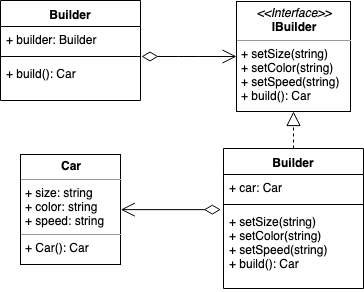
zhulinwei/design-pattern keeps this draw.io diagram as builder/builder.png. Above is the earlier version. Source tidied: cells renumbered, new cells last; positions are measured from the earlier drawing's top-left corner, leaving out a move shared by most shapes. Source of this version:
```xml
<mxGraphModel>
  <root>
    <mxCell id="0" />
    <mxCell id="1" parent="0" />
    <mxCell id="2" value="&lt;p style=&quot;margin: 0px ; margin-top: 4px ; text-align: center&quot;&gt;&lt;i&gt;&amp;lt;&amp;lt;Interface&amp;gt;&amp;gt;&lt;/i&gt;&lt;br&gt;&lt;b&gt;IBuilder&lt;/b&gt;&lt;/p&gt;&lt;hr size=&quot;1&quot;&gt;&lt;p style=&quot;margin: 0px ; margin-left: 4px&quot;&gt;+ setSize(string)&lt;br style=&quot;padding: 0px ; margin: 0px&quot;&gt;+ setColor(string)&lt;br style=&quot;padding: 0px ; margin: 0px&quot;&gt;+ setSpeed(string)&lt;br style=&quot;padding: 0px ; margin: 0px&quot;&gt;+ build(): Car&lt;br&gt;&lt;/p&gt;" style="verticalAlign=top;align=left;overflow=fill;fontSize=12;fontFamily=Helvetica;html=1;" parent="1" vertex="1">
      <mxGeometry x="236" y="1" width="114" height="110" as="geometry" />
    </mxCell>
    <mxCell id="3" value="&lt;p style=&quot;margin: 0px ; margin-top: 4px ; text-align: center&quot;&gt;&lt;b&gt;Car&lt;/b&gt;&lt;/p&gt;&lt;hr size=&quot;1&quot;&gt;&lt;p style=&quot;margin: 0px ; margin-left: 4px&quot;&gt;+ size: string&lt;/p&gt;&lt;p style=&quot;margin: 0px ; margin-left: 4px&quot;&gt;+ color: string&lt;/p&gt;&lt;p style=&quot;margin: 0px ; margin-left: 4px&quot;&gt;+ speed: string&lt;/p&gt;&lt;hr size=&quot;1&quot;&gt;&lt;p style=&quot;margin: 0px ; margin-left: 4px&quot;&gt;+ Car(): Car&lt;/p&gt;" style="verticalAlign=top;align=left;overflow=fill;fontSize=12;fontFamily=Helvetica;html=1;" parent="1" vertex="1">
      <mxGeometry x="20" y="154" width="100" height="110" as="geometry" />
    </mxCell>
    <mxCell id="4" value="Builder" style="swimlane;fontStyle=1;align=center;verticalAlign=top;horizontal=1;startSize=26;" parent="1" vertex="1">
      <mxGeometry x="223" y="148" width="140" height="140" as="geometry" />
    </mxCell>
    <mxCell id="5" value="+ car: Car" style="text;strokeColor=none;fillColor=none;align=left;verticalAlign=top;spacingLeft=4;spacingRight=4;overflow=hidden;" parent="4" vertex="1">
      <mxGeometry y="26" width="140" height="26" as="geometry" />
    </mxCell>
    <mxCell id="6" style="line;strokeWidth=1;fillColor=none;align=left;verticalAlign=middle;spacingTop=-1;spacingLeft=3;spacingRight=3;labelPosition=right;" parent="4" vertex="1">
      <mxGeometry y="52" width="140" height="8" as="geometry" />
    </mxCell>
    <mxCell id="7" value="+ setSize(string)&#10;+ setColor(string)&#10;+ setSpeed(string)&#10;+ build(): Car" style="text;strokeColor=none;fillColor=none;align=left;verticalAlign=top;spacingLeft=4;spacingRight=4;overflow=hidden;points=[[0,0.5],[1,0.5]];portConstraint=eastwest;" parent="4" vertex="1">
      <mxGeometry y="60" width="140" height="80" as="geometry" />
    </mxCell>
    <mxCell id="8" value="Builder" style="swimlane;fontStyle=1;align=center;verticalAlign=top;horizontal=1;startSize=26;" parent="1" vertex="1">
      <mxGeometry width="140" height="100" as="geometry" />
    </mxCell>
    <mxCell id="9" value="+ builder: Builder" style="text;strokeColor=none;fillColor=none;align=left;verticalAlign=top;spacingLeft=4;spacingRight=4;overflow=hidden;" parent="8" vertex="1">
      <mxGeometry y="26" width="140" height="26" as="geometry" />
    </mxCell>
    <mxCell id="10" style="line;strokeWidth=1;fillColor=none;align=left;verticalAlign=middle;spacingTop=-1;spacingLeft=3;spacingRight=3;labelPosition=right;" parent="8" vertex="1">
      <mxGeometry y="52" width="140" height="8" as="geometry" />
    </mxCell>
    <mxCell id="11" value="+ build(): Car" style="text;strokeColor=none;fillColor=none;align=left;verticalAlign=top;spacingLeft=4;spacingRight=4;overflow=hidden;" parent="8" vertex="1">
      <mxGeometry y="60" width="140" height="40" as="geometry" />
    </mxCell>
    <mxCell id="12" style="endArrow=open;html=1;endSize=12;startArrow=diamondThin;startSize=14;startFill=0;edgeStyle=orthogonalEdgeStyle;align=left;verticalAlign=bottom;entryX=1;entryY=0.5;entryDx=0;entryDy=0;exitX=-0.019;exitY=0.014;exitDx=0;exitDy=0;exitPerimeter=0;" parent="1" edge="1" source="7" target="3">
      <mxGeometry x="-1" y="3" relative="1" as="geometry" />
    </mxCell>
    <mxCell id="13" style="endArrow=open;html=1;endSize=12;startArrow=diamondThin;startSize=14;startFill=0;edgeStyle=orthogonalEdgeStyle;align=left;verticalAlign=bottom;" parent="1" edge="1" target="2">
      <mxGeometry x="-1" y="3" relative="1" as="geometry">
        <mxPoint x="141" y="56" as="sourcePoint" />
      </mxGeometry>
    </mxCell>
    <mxCell id="14" style="endArrow=block;dashed=1;endFill=0;endSize=12;html=1;exitX=0.5;exitY=0;exitDx=0;exitDy=0;entryX=0.5;entryY=1;entryDx=0;entryDy=0;" parent="1" edge="1" source="4" target="2">
      <mxGeometry relative="1" as="geometry" />
    </mxCell>
  </root>
</mxGraphModel>
```
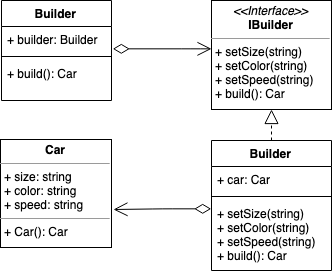
After the commit.

The edit, as a diff of the source:
```diff
@@ -3,45 +3,51 @@
     <mxCell id="0" />
     <mxCell id="1" parent="0" />
     <mxCell id="2" value="&lt;p style=&quot;margin: 0px ; margin-top: 4px ; text-align: center&quot;&gt;&lt;i&gt;&amp;lt;&amp;lt;Interface&amp;gt;&amp;gt;&lt;/i&gt;&lt;br&gt;&lt;b&gt;IBuilder&lt;/b&gt;&lt;/p&gt;&lt;hr size=&quot;1&quot;&gt;&lt;p style=&quot;margin: 0px ; margin-left: 4px&quot;&gt;+ setSize(string)&lt;br style=&quot;padding: 0px ; margin: 0px&quot;&gt;+ setColor(string)&lt;br style=&quot;padding: 0px ; margin: 0px&quot;&gt;+ setSpeed(string)&lt;br style=&quot;padding: 0px ; margin: 0px&quot;&gt;+ build(): Car&lt;br&gt;&lt;/p&gt;" style="verticalAlign=top;align=left;overflow=fill;fontSize=12;fontFamily=Helvetica;html=1;" parent="1" vertex="1">
-      <mxGeometry x="236" y="1" width="114" height="110" as="geometry" />
+      <mxGeometry x="240" y="8" width="120" height="109" as="geometry" />
     </mxCell>
     <mxCell id="3" value="&lt;p style=&quot;margin: 0px ; margin-top: 4px ; text-align: center&quot;&gt;&lt;b&gt;Car&lt;/b&gt;&lt;/p&gt;&lt;hr size=&quot;1&quot;&gt;&lt;p style=&quot;margin: 0px ; margin-left: 4px&quot;&gt;+ size: string&lt;/p&gt;&lt;p style=&quot;margin: 0px ; margin-left: 4px&quot;&gt;+ color: string&lt;/p&gt;&lt;p style=&quot;margin: 0px ; margin-left: 4px&quot;&gt;+ speed: string&lt;/p&gt;&lt;hr size=&quot;1&quot;&gt;&lt;p style=&quot;margin: 0px ; margin-left: 4px&quot;&gt;+ Car(): Car&lt;/p&gt;" style="verticalAlign=top;align=left;overflow=fill;fontSize=12;fontFamily=Helvetica;html=1;" parent="1" vertex="1">
-      <mxGeometry x="20" y="154" width="100" height="110" as="geometry" />
+      <mxGeometry x="29" y="147" width="111" height="108" as="geometry" />
     </mxCell>
     <mxCell id="4" value="Builder" style="swimlane;fontStyle=1;align=center;verticalAlign=top;horizontal=1;startSize=26;" parent="1" vertex="1">
-      <mxGeometry x="223" y="148" width="140" height="140" as="geometry" />
+      <mxGeometry x="240" y="148" width="120" height="130" as="geometry" />
     </mxCell>
     <mxCell id="5" value="+ car: Car" style="text;strokeColor=none;fillColor=none;align=left;verticalAlign=top;spacingLeft=4;spacingRight=4;overflow=hidden;" parent="4" vertex="1">
-      <mxGeometry y="26" width="140" height="26" as="geometry" />
+      <mxGeometry y="26" width="120" height="26" as="geometry" />
     </mxCell>
     <mxCell id="6" style="line;strokeWidth=1;fillColor=none;align=left;verticalAlign=middle;spacingTop=-1;spacingLeft=3;spacingRight=3;labelPosition=right;" parent="4" vertex="1">
-      <mxGeometry y="52" width="140" height="8" as="geometry" />
+      <mxGeometry y="52" width="120" height="8" as="geometry" />
     </mxCell>
     <mxCell id="7" value="+ setSize(string)&#10;+ setColor(string)&#10;+ setSpeed(string)&#10;+ build(): Car" style="text;strokeColor=none;fillColor=none;align=left;verticalAlign=top;spacingLeft=4;spacingRight=4;overflow=hidden;points=[[0,0.5],[1,0.5]];portConstraint=eastwest;" parent="4" vertex="1">
-      <mxGeometry y="60" width="140" height="80" as="geometry" />
+      <mxGeometry y="60" width="120" height="70" as="geometry" />
     </mxCell>
     <mxCell id="8" value="Builder" style="swimlane;fontStyle=1;align=center;verticalAlign=top;horizontal=1;startSize=26;" parent="1" vertex="1">
-      <mxGeometry width="140" height="100" as="geometry" />
+      <mxGeometry x="30" y="8" width="110" height="100" as="geometry" />
     </mxCell>
     <mxCell id="9" value="+ builder: Builder" style="text;strokeColor=none;fillColor=none;align=left;verticalAlign=top;spacingLeft=4;spacingRight=4;overflow=hidden;" parent="8" vertex="1">
-      <mxGeometry y="26" width="140" height="26" as="geometry" />
+      <mxGeometry y="26" width="110" height="26" as="geometry" />
     </mxCell>
     <mxCell id="10" style="line;strokeWidth=1;fillColor=none;align=left;verticalAlign=middle;spacingTop=-1;spacingLeft=3;spacingRight=3;labelPosition=right;" parent="8" vertex="1">
-      <mxGeometry y="52" width="140" height="8" as="geometry" />
+      <mxGeometry y="52" width="110" height="8" as="geometry" />
     </mxCell>
     <mxCell id="11" value="+ build(): Car" style="text;strokeColor=none;fillColor=none;align=left;verticalAlign=top;spacingLeft=4;spacingRight=4;overflow=hidden;" parent="8" vertex="1">
-      <mxGeometry y="60" width="140" height="40" as="geometry" />
+      <mxGeometry y="60" width="110" height="40" as="geometry" />
     </mxCell>
-    <mxCell id="12" style="endArrow=open;html=1;endSize=12;startArrow=diamondThin;startSize=14;startFill=0;edgeStyle=orthogonalEdgeStyle;align=left;verticalAlign=bottom;entryX=1;entryY=0.5;entryDx=0;entryDy=0;exitX=-0.019;exitY=0.014;exitDx=0;exitDy=0;exitPerimeter=0;" parent="1" edge="1" source="7" target="3">
-      <mxGeometry x="-1" y="3" relative="1" as="geometry" />
-    </mxCell>
     <mxCell id="13" style="endArrow=open;html=1;endSize=12;startArrow=diamondThin;startSize=14;startFill=0;edgeStyle=orthogonalEdgeStyle;align=left;verticalAlign=bottom;" parent="1" edge="1" target="2">
       <mxGeometry x="-1" y="3" relative="1" as="geometry">
         <mxPoint x="141" y="56" as="sourcePoint" />
+        <Array as="points">
+          <mxPoint x="220" y="56" />
+          <mxPoint x="220" y="56" />
+        </Array>
       </mxGeometry>
     </mxCell>
     <mxCell id="14" style="endArrow=block;dashed=1;endFill=0;endSize=12;html=1;exitX=0.5;exitY=0;exitDx=0;exitDy=0;entryX=0.5;entryY=1;entryDx=0;entryDy=0;" parent="1" edge="1" source="4" target="2">
       <mxGeometry relative="1" as="geometry" />
     </mxCell>
+    <mxCell id="15" style="endArrow=open;html=1;endSize=12;startArrow=diamondThin;startSize=14;startFill=0;edgeStyle=orthogonalEdgeStyle;align=left;verticalAlign=bottom;exitX=0;exitY=0.128;exitDx=0;exitDy=0;exitPerimeter=0;" parent="1" edge="1" source="7">
+      <mxGeometry x="-1" y="3" relative="1" as="geometry">
+        <mxPoint x="142" y="217" as="targetPoint" />
+      </mxGeometry>
+    </mxCell>
   </root>
 </mxGraphModel>
```
